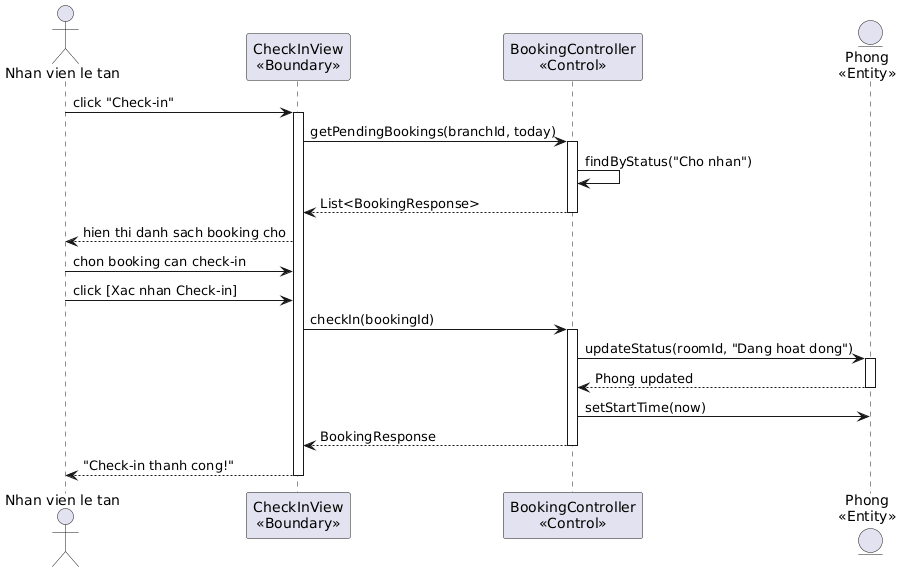
This is output/diagrams/booking_seq_2.png from thanhtrnnn/cnpm, a PlantUML export, as it was before one commit.
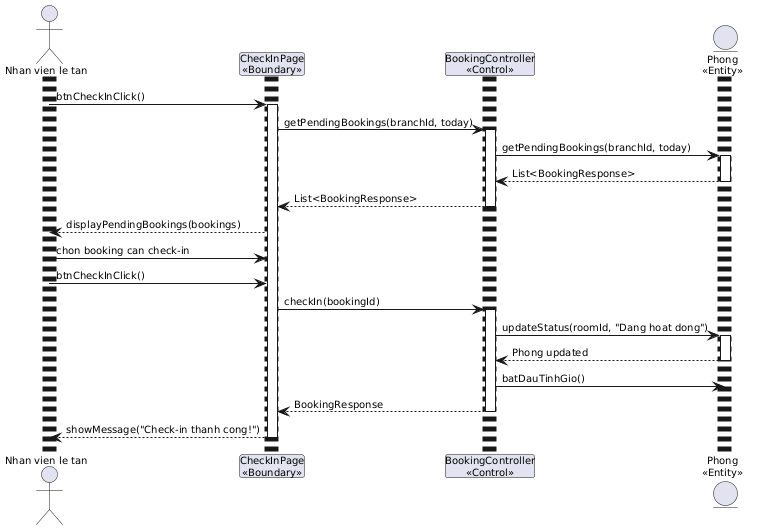
After the commit.

Diff of the diagram source:
```diff
@@ -1,29 +1,45 @@
 @startuml
+skinparam defaultFontName "Arial"
+skinparam defaultFontSize 10
+skinparam shadowing false
+
+<style>
+sequenceDiagram {
+  actor { Padding 2 Margin 2 FontName "Arial" FontSize 10 }
+  participant { Padding 2 Margin 2 FontName "Arial" FontSize 10 }
+  lifeLine { LineThickness 1 Padding 4 }
+  message { FontName "Arial" FontSize 10 Padding 1 }
+}
+</style>
+
 actor "Nhan vien le tan" as NV
-participant "CheckInView\n<<Boundary>>" as CheckIn
+participant "CheckInPage\n<<Boundary>>" as CheckIn
 participant "BookingController\n<<Control>>" as Ctrl
 entity "Phong\n<<Entity>>" as Phong
 
-NV -> CheckIn: click "Check-in"
+NV -> CheckIn: btnCheckInClick()
 activate CheckIn
 CheckIn -> Ctrl: getPendingBookings(branchId, today)
 activate Ctrl
-Ctrl -> Ctrl: findByStatus("Cho nhan")
+Ctrl -> Phong: getPendingBookings(branchId, today)
+activate Phong
+Phong --> Ctrl: List<BookingResponse>
+deactivate Phong
 Ctrl --> CheckIn: List<BookingResponse>
 deactivate Ctrl
-CheckIn --> NV: hien thi danh sach booking cho
+CheckIn --> NV: displayPendingBookings(bookings)
 
 NV -> CheckIn: chon booking can check-in
-NV -> CheckIn: click [Xac nhan Check-in]
+NV -> CheckIn: btnCheckInClick()
 CheckIn -> Ctrl: checkIn(bookingId)
 activate Ctrl
 Ctrl -> Phong: updateStatus(roomId, "Dang hoat dong")
 activate Phong
 Phong --> Ctrl: Phong updated
 deactivate Phong
-Ctrl -> Phong: setStartTime(now)
+Ctrl -> Phong: batDauTinhGio()
 Ctrl --> CheckIn: BookingResponse
 deactivate Ctrl
-CheckIn --> NV: "Check-in thanh cong!"
+CheckIn --> NV: showMessage("Check-in thanh cong!")
 deactivate CheckIn
 @enduml
```
